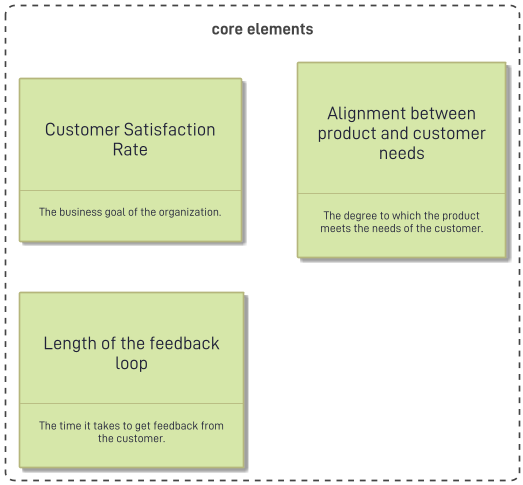
Earlier version of the PlantUML export static/images/kata/base_elements_CONNECT-US.png (sddevelopment-be/systems-thinking-kata). The source it was exported from:
```plantuml
@startuml

!include ../templates/puml-theme-stickies.puml

skinparam backgroundColor white
skinparam linetype disabled

Boundary(core, "core elements") {
	Sticky(customer_satisfaction, "Customer Satisfaction Rate", "The business goal of the organization.")
  Sticky(alignment_to_market, "Alignment between product and customer needs", "The degree to which the product meets the needs of the customer.")
  Sticky(loop_length, "Length of the feedback loop", "The time it takes to get feedback from the customer.")

}


@enduml
```
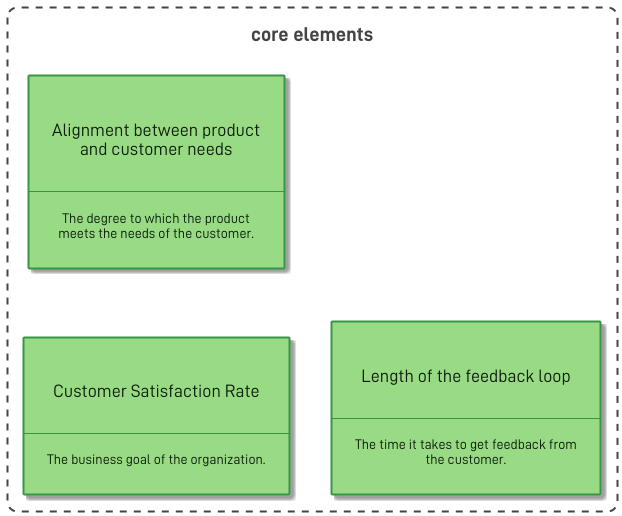
The same diagram one commit later.

Change to the diagram source:
```diff
@@ -4,13 +4,19 @@
 
 skinparam backgroundColor white
 skinparam linetype disabled
+skinparam dpi 240
+
+
+left to right direction
 
 Boundary(core, "core elements") {
-	Sticky(customer_satisfaction, "Customer Satisfaction Rate", "The business goal of the organization.")
-  Sticky(alignment_to_market, "Alignment between product and customer needs", "The degree to which the product meets the needs of the customer.")
-  Sticky(loop_length, "Length of the feedback loop", "The time it takes to get feedback from the customer.")
+	Sticky_Green(customer_satisfaction, "Customer Satisfaction Rate", "The business goal of the organization.")
+  Sticky_Green(alignment_to_market, "Alignment between product and customer needs", "The degree to which the product meets the needs of the customer.")
+  Sticky_Green(loop_length, "Length of the feedback loop", "The time it takes to get feedback from the customer.")
 
 }
 
 
+
+
 @enduml
```
